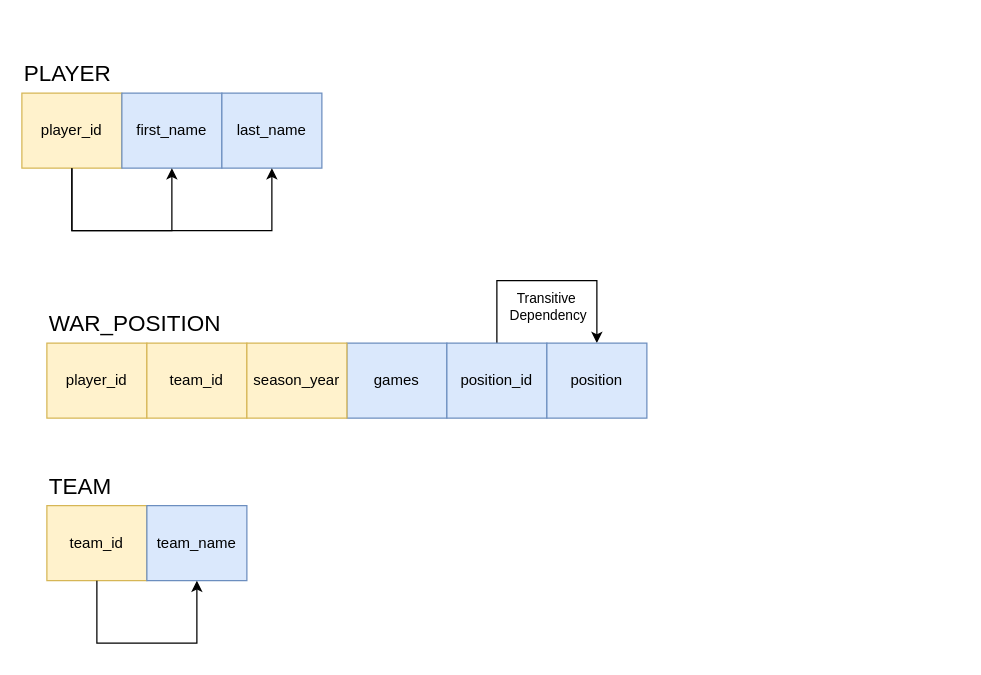
Above: page "2NF" (2 of 3) of dependency_graph.drawio in GeoDan87/CIT225 (draw.io), before the change. Source tidied: cells renumbered, new cells numbered last; positions are measured from the earlier drawing's top-left corner, leaving out a move shared by most shapes. Both pictures are drawn from the tidied source at 125%, with x=0, y=0 at pixel (21, 55).
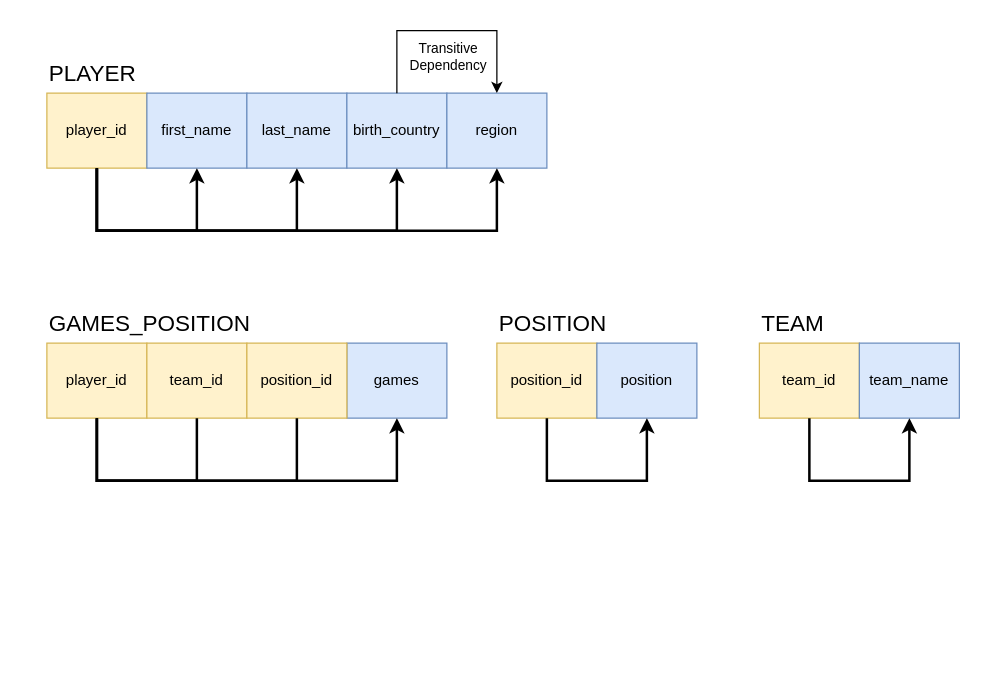
The same diagram, later.

The edit, as a diff of the source:
```diff
@@
     <mxCell id="2" value="player_id" style="rounded=0;whiteSpace=wrap;html=1;fillColor=#fff2cc;strokeColor=#d6b656;" parent="1" vertex="1">
-      <mxGeometry y="30" width="80" height="60" as="geometry" />
+      <mxGeometry x="20" y="30" width="80" height="60" as="geometry" />
     </mxCell>
     <mxCell id="3" value="first_name" style="rounded=0;whiteSpace=wrap;html=1;fillColor=#dae8fc;strokeColor=#6c8ebf;" parent="1" vertex="1">
-      <mxGeometry x="80" y="30" width="80" height="60" as="geometry" />
+      <mxGeometry x="100" y="30" width="80" height="60" as="geometry" />
     </mxCell>
     <mxCell id="4" value="last_name" style="rounded=0;whiteSpace=wrap;html=1;fillColor=#dae8fc;strokeColor=#6c8ebf;" parent="1" vertex="1">
-      <mxGeometry x="160" y="30" width="80" height="60" as="geometry" />
+      <mxGeometry x="180" y="30" width="80" height="60" as="geometry" />
     </mxCell>
-    <mxCell id="5" style="endArrow=classic;html=1;rounded=0;exitX=0.5;exitY=1;exitDx=0;exitDy=0;entryX=0.5;entryY=1;entryDx=0;entryDy=0;" parent="1" edge="1" source="2" target="3">
+    <mxCell id="5" style="endArrow=classic;html=1;rounded=0;exitX=0.5;exitY=1;exitDx=0;exitDy=0;entryX=0.5;entryY=1;entryDx=0;entryDy=0;strokeWidth=2;" parent="1" edge="1" source="2" target="3">
       <mxGeometry relative="1" as="geometry">
         <Array as="points">
-          <mxPoint x="40" y="140" />
-          <mxPoint x="120" y="140" />
+          <mxPoint x="60" y="140" />
+          <mxPoint x="140" y="140" />
         </Array>
       </mxGeometry>
     </mxCell>
-    <mxCell id="6" style="endArrow=classic;html=1;rounded=0;exitX=0.5;exitY=1;exitDx=0;exitDy=0;entryX=0.5;entryY=1;entryDx=0;entryDy=0;" parent="1" edge="1" target="4">
+    <mxCell id="6" style="endArrow=classic;html=1;rounded=0;exitX=0.5;exitY=1;exitDx=0;exitDy=0;entryX=0.5;entryY=1;entryDx=0;entryDy=0;strokeWidth=2;" parent="1" edge="1" target="4">
       <mxGeometry relative="1" as="geometry">
-        <mxPoint x="40" y="90" as="sourcePoint" />
+        <mxPoint x="60" y="90" as="sourcePoint" />
         <Array as="points">
-          <mxPoint x="40" y="140" />
-          <mxPoint x="200" y="140" />
+          <mxPoint x="60" y="140" />
+          <mxPoint x="220" y="140" />
         </Array>
       </mxGeometry>
     </mxCell>
-    <mxCell id="7" style="endArrow=classic;html=1;rounded=0;entryX=0.5;entryY=0;entryDx=0;entryDy=0;" parent="1" edge="1">
-      <mxGeometry relative="1" as="geometry">
-        <mxPoint x="380" y="230" as="sourcePoint" />
-        <mxPoint x="460" y="230" as="targetPoint" />
-        <Array as="points">
-          <mxPoint x="380" y="180" />
-          <mxPoint x="460" y="180" />
-        </Array>
-      </mxGeometry>
-    </mxCell>
-    <mxCell id="8" value="Transitive&amp;nbsp;&lt;br&gt;Dependency" style="edgeLabel;html=1;align=center;verticalAlign=middle;" parent="1" vertex="1">
-      <mxGeometry x="420" y="200" as="geometry" />
-    </mxCell>
-    <mxCell id="9" value="&lt;font style=&quot;font-size: 18px;&quot;&gt;WAR_POSITION&lt;/font&gt;" style="text;html=1;align=left;verticalAlign=middle;whiteSpace=wrap;rounded=0;" parent="1" vertex="1">
+    <mxCell id="9" value="&lt;font style=&quot;font-size: 18px;&quot;&gt;GAMES_POSITION&lt;/font&gt;" style="text;html=1;align=left;verticalAlign=middle;whiteSpace=wrap;rounded=0;" parent="1" vertex="1">
       <mxGeometry x="20" y="200" width="240" height="30" as="geometry" />
     </mxCell>
     <mxCell id="10" value="team_id" style="rounded=0;whiteSpace=wrap;html=1;fillColor=#fff2cc;strokeColor=#d6b656;" parent="1" vertex="1">
-      <mxGeometry x="20" y="360" width="80" height="60" as="geometry" />
+      <mxGeometry x="590" y="230" width="80" height="60" as="geometry" />
     </mxCell>
     <mxCell id="11" value="team_name" style="rounded=0;whiteSpace=wrap;html=1;fillColor=#dae8fc;strokeColor=#6c8ebf;" parent="1" vertex="1">
-      <mxGeometry x="100" y="360" width="80" height="60" as="geometry" />
+      <mxGeometry x="670" y="230" width="80" height="60" as="geometry" />
     </mxCell>
     <mxCell id="12" value="&lt;font style=&quot;font-size: 18px;&quot;&gt;TEAM&lt;/font&gt;" style="text;html=1;align=left;verticalAlign=middle;whiteSpace=wrap;rounded=0;" parent="1" vertex="1">
-      <mxGeometry x="20" y="330" width="160" height="30" as="geometry" />
+      <mxGeometry x="590" y="200" width="160" height="30" as="geometry" />
     </mxCell>
@@
-    <mxCell id="16" value="season_year" style="rounded=0;whiteSpace=wrap;html=1;fillColor=#fff2cc;strokeColor=#d6b656;" parent="1" vertex="1">
-      <mxGeometry x="180" y="230" width="80" height="60" as="geometry" />
-    </mxCell>
-    <mxCell id="17" value="position_id" style="rounded=0;whiteSpace=wrap;html=1;fillColor=#dae8fc;strokeColor=#6c8ebf;" parent="1" vertex="1">
-      <mxGeometry x="340" y="230" width="80" height="60" as="geometry" />
+    <mxCell id="17" value="position_id" style="rounded=0;whiteSpace=wrap;html=1;fillColor=#fff2cc;strokeColor=#d6b656;" parent="1" vertex="1">
+      <mxGeometry x="180" y="230" width="80" height="60" as="geometry" />
     </mxCell>
-    <mxCell id="18" value="position" style="rounded=0;whiteSpace=wrap;html=1;fillColor=#dae8fc;strokeColor=#6c8ebf;" parent="1" vertex="1">
-      <mxGeometry x="420" y="230" width="80" height="60" as="geometry" />
-    </mxCell>
-    <mxCell id="19" style="endArrow=classic;html=1;rounded=0;exitX=0.5;exitY=1;exitDx=0;exitDy=0;entryX=0.5;entryY=1;entryDx=0;entryDy=0;" parent="1" edge="1">
+    <mxCell id="19" style="endArrow=classic;html=1;rounded=0;exitX=0.5;exitY=1;exitDx=0;exitDy=0;entryX=0.5;entryY=1;entryDx=0;entryDy=0;strokeWidth=2;" parent="1" edge="1">
       <mxGeometry relative="1" as="geometry">
-        <mxPoint x="60" y="420" as="sourcePoint" />
-        <mxPoint x="140" y="420" as="targetPoint" />
+        <mxPoint x="630" y="290" as="sourcePoint" />
+        <mxPoint x="710" y="290" as="targetPoint" />
         <Array as="points">
-          <mxPoint x="60" y="470" />
-          <mxPoint x="140" y="470" />
+          <mxPoint x="630" y="340" />
+          <mxPoint x="710" y="340" />
         </Array>
       </mxGeometry>
     </mxCell>
     <mxCell id="20" value="&lt;font style=&quot;font-size: 18px;&quot;&gt;PLAYER&lt;/font&gt;" style="text;html=1;align=left;verticalAlign=middle;whiteSpace=wrap;rounded=0;" parent="1" vertex="1">
-      <mxGeometry width="240" height="30" as="geometry" />
+      <mxGeometry x="20" width="240" height="30" as="geometry" />
     </mxCell>
+    <mxCell id="21" value="birth_country" style="rounded=0;whiteSpace=wrap;html=1;fillColor=#dae8fc;strokeColor=#6c8ebf;" parent="1" vertex="1">
+      <mxGeometry x="260" y="30" width="80" height="60" as="geometry" />
+    </mxCell>
+    <mxCell id="22" style="endArrow=classic;html=1;rounded=0;exitX=0.5;exitY=1;exitDx=0;exitDy=0;entryX=0.5;entryY=1;entryDx=0;entryDy=0;strokeWidth=2;" parent="1" edge="1" target="21">
+      <mxGeometry relative="1" as="geometry">
+        <mxPoint x="60" y="90" as="sourcePoint" />
+        <Array as="points">
+          <mxPoint x="60" y="140" />
+          <mxPoint x="300" y="140" />
+        </Array>
+      </mxGeometry>
+    </mxCell>
+    <mxCell id="23" style="endArrow=none;html=1;rounded=0;exitX=0.5;exitY=1;exitDx=0;exitDy=0;entryX=0.5;entryY=1;entryDx=0;entryDy=0;startFill=0;strokeWidth=2;" parent="1" edge="1">
+      <mxGeometry relative="1" as="geometry">
+        <mxPoint x="60" y="290" as="sourcePoint" />
+        <mxPoint x="140" y="290" as="targetPoint" />
+        <Array as="points">
+          <mxPoint x="60" y="340" />
+          <mxPoint x="140" y="340" />
+        </Array>
+      </mxGeometry>
+    </mxCell>
+    <mxCell id="24" style="endArrow=none;html=1;rounded=0;exitX=0.5;exitY=1;exitDx=0;exitDy=0;entryX=0.5;entryY=1;entryDx=0;entryDy=0;startFill=0;strokeWidth=2;" parent="1" edge="1">
+      <mxGeometry relative="1" as="geometry">
+        <mxPoint x="60" y="290" as="sourcePoint" />
+        <mxPoint x="220" y="290" as="targetPoint" />
+        <Array as="points">
+          <mxPoint x="60" y="340" />
+          <mxPoint x="220" y="340" />
+        </Array>
+      </mxGeometry>
+    </mxCell>
+    <mxCell id="25" style="endArrow=classic;html=1;rounded=0;exitX=0.5;exitY=1;exitDx=0;exitDy=0;entryX=0.5;entryY=1;entryDx=0;entryDy=0;strokeWidth=2;" parent="1" edge="1">
+      <mxGeometry relative="1" as="geometry">
+        <mxPoint x="60" y="290" as="sourcePoint" />
+        <mxPoint x="300" y="290" as="targetPoint" />
+        <Array as="points">
+          <mxPoint x="60" y="340" />
+          <mxPoint x="300" y="340" />
+        </Array>
+      </mxGeometry>
+    </mxCell>
+    <mxCell id="26" value="region" style="rounded=0;whiteSpace=wrap;html=1;fillColor=#dae8fc;strokeColor=#6c8ebf;" parent="1" vertex="1">
+      <mxGeometry x="340" y="30" width="80" height="60" as="geometry" />
+    </mxCell>
+    <mxCell id="27" style="endArrow=classic;html=1;rounded=0;exitX=0.5;exitY=1;exitDx=0;exitDy=0;entryX=0.5;entryY=1;entryDx=0;entryDy=0;strokeWidth=2;" parent="1" edge="1" target="26">
+      <mxGeometry relative="1" as="geometry">
+        <mxPoint x="60" y="90" as="sourcePoint" />
+        <Array as="points">
+          <mxPoint x="60" y="140" />
+          <mxPoint x="380" y="140" />
+        </Array>
+      </mxGeometry>
+    </mxCell>
+    <mxCell id="28" value="position_id" style="rounded=0;whiteSpace=wrap;html=1;fillColor=#fff2cc;strokeColor=#d6b656;" parent="1" vertex="1">
+      <mxGeometry x="380" y="230" width="80" height="60" as="geometry" />
+    </mxCell>
+    <mxCell id="18" value="position" style="rounded=0;whiteSpace=wrap;html=1;fillColor=#dae8fc;strokeColor=#6c8ebf;" parent="1" vertex="1">
+      <mxGeometry x="460" y="230" width="80" height="60" as="geometry" />
+    </mxCell>
+    <mxCell id="29" style="endArrow=classic;html=1;rounded=0;exitX=0.5;exitY=1;exitDx=0;exitDy=0;entryX=0.5;entryY=1;entryDx=0;entryDy=0;strokeWidth=2;" parent="1" edge="1">
+      <mxGeometry relative="1" as="geometry">
+        <mxPoint x="420" y="290" as="sourcePoint" />
+        <mxPoint x="500" y="290" as="targetPoint" />
+        <Array as="points">
+          <mxPoint x="420" y="340" />
+          <mxPoint x="500" y="340" />
+        </Array>
+      </mxGeometry>
+    </mxCell>
+    <mxCell id="30" value="&lt;font style=&quot;font-size: 18px;&quot;&gt;POSITION&lt;/font&gt;" style="text;html=1;align=left;verticalAlign=middle;whiteSpace=wrap;rounded=0;" parent="1" vertex="1">
+      <mxGeometry x="380" y="200" width="160" height="30" as="geometry" />
+    </mxCell>
+    <mxCell id="31" style="endArrow=classic;html=1;rounded=0;exitX=0.5;exitY=0;exitDx=0;exitDy=0;entryX=0.5;entryY=0;entryDx=0;entryDy=0;" parent="1" edge="1">
+      <mxGeometry relative="1" as="geometry">
+        <mxPoint x="300" y="30" as="sourcePoint" />
+        <mxPoint x="380" y="30" as="targetPoint" />
+        <Array as="points">
+          <mxPoint x="300" y="-20" />
+          <mxPoint x="380" y="-20" />
+        </Array>
+      </mxGeometry>
+    </mxCell>
+    <mxCell id="8" value="Transitive&lt;br&gt;Dependency" style="edgeLabel;html=1;align=center;verticalAlign=middle;" parent="31" vertex="1">
+      <mxGeometry y="-2" relative="1" as="geometry">
+        <mxPoint y="18" as="offset" />
+      </mxGeometry>
+    </mxCell>
```
